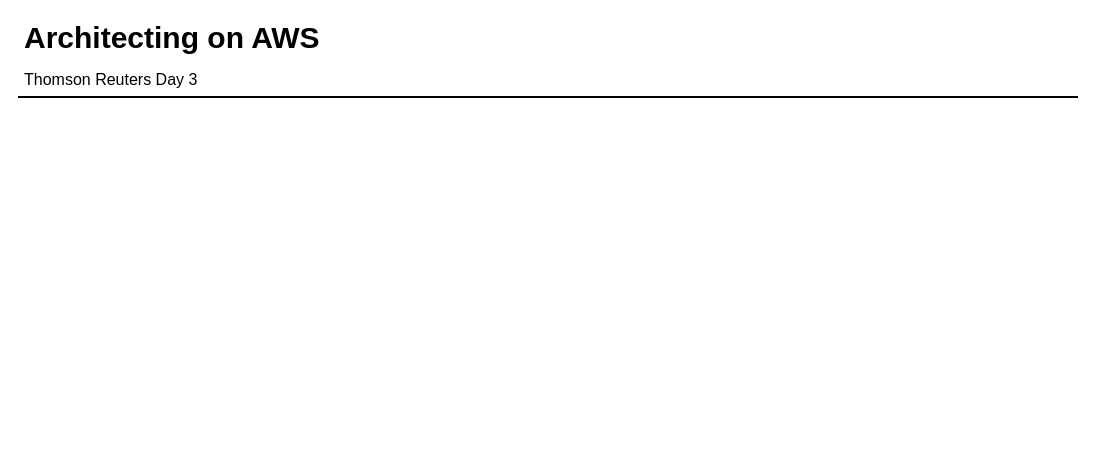
This is page "Copy of Copy of Page-2" (3 of 7) of thomson-reuters-d3.drawio from taupoali/awsdiagrams, a draw.io file, before an edit. Source tidied: cells renumbered, new cells numbered last; positions are measured from the earlier drawing's top-left corner, leaving out a move shared by most shapes. Both pictures are drawn from the tidied source at 100%, with x=0, y=0 at pixel (17, 16).
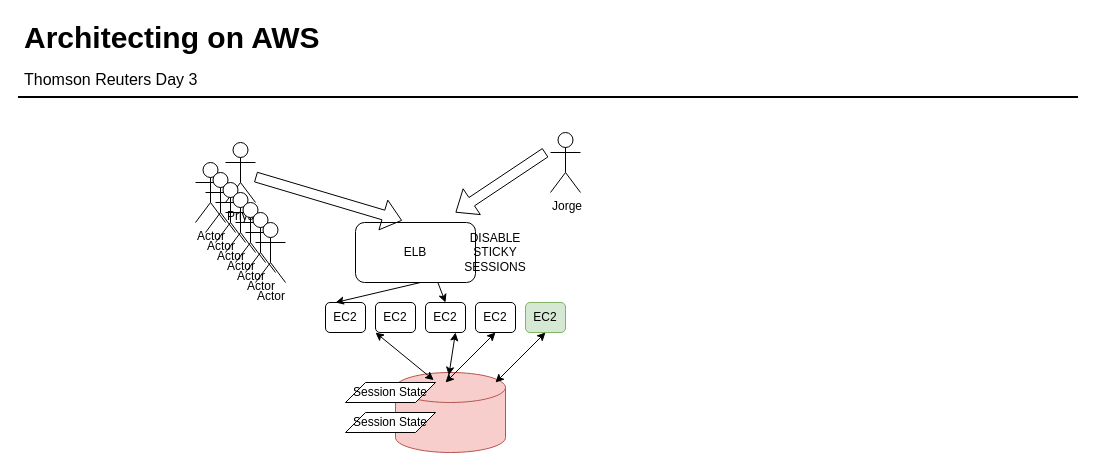
The same diagram, later.

Change to the diagram source:
```diff
@@
+    <mxCell id="5" value="ELB" style="rounded=1;whiteSpace=wrap;html=1;" parent="1" vertex="1">
+      <mxGeometry x="338" y="206" width="120" height="60" as="geometry" />
+    </mxCell>
+    <mxCell id="6" value="EC2" style="rounded=1;whiteSpace=wrap;html=1;" parent="1" vertex="1">
+      <mxGeometry x="308" y="286" width="40" height="30" as="geometry" />
+    </mxCell>
+    <mxCell id="7" value="EC2" style="rounded=1;whiteSpace=wrap;html=1;" parent="1" vertex="1">
+      <mxGeometry x="358" y="286" width="40" height="30" as="geometry" />
+    </mxCell>
+    <mxCell id="8" value="EC2" style="rounded=1;whiteSpace=wrap;html=1;" parent="1" vertex="1">
+      <mxGeometry x="408" y="286" width="40" height="30" as="geometry" />
+    </mxCell>
+    <mxCell id="9" value="EC2" style="rounded=1;whiteSpace=wrap;html=1;" parent="1" vertex="1">
+      <mxGeometry x="458" y="286" width="40" height="30" as="geometry" />
+    </mxCell>
+    <mxCell id="10" value="Priya" style="shape=umlActor;verticalLabelPosition=bottom;verticalAlign=top;html=1;outlineConnect=0;align=left;" parent="1" vertex="1">
+      <mxGeometry x="208" y="126" width="30" height="60" as="geometry" />
+    </mxCell>
+    <mxCell id="11" style="shape=flexArrow;endArrow=classic;html=1;entryX=0.388;entryY=-0.033;entryDx=0;entryDy=0;entryPerimeter=0;" parent="1" edge="1" source="10" target="5">
+      <mxGeometry relative="1" as="geometry" />
+    </mxCell>
+    <mxCell id="12" style="endArrow=classic;html=1;entryX=0.25;entryY=0;entryDx=0;entryDy=0;" parent="1" edge="1" target="6">
+      <mxGeometry relative="1" as="geometry">
+        <mxPoint x="403" y="266" as="sourcePoint" />
+      </mxGeometry>
+    </mxCell>
+    <mxCell id="13" value="Jorge" style="shape=umlActor;verticalLabelPosition=bottom;verticalAlign=top;html=1;align=left;" parent="1" vertex="1">
+      <mxGeometry x="533" y="116" width="30" height="60" as="geometry" />
+    </mxCell>
+    <mxCell id="14" style="shape=flexArrow;endArrow=classic;html=1;" parent="1" edge="1">
+      <mxGeometry relative="1" as="geometry">
+        <mxPoint x="528" y="136" as="sourcePoint" />
+        <mxPoint x="438" y="196" as="targetPoint" />
+      </mxGeometry>
+    </mxCell>
+    <mxCell id="15" style="endArrow=classic;html=1;entryX=0.5;entryY=0;entryDx=0;entryDy=0;exitX=0.685;exitY=0.993;exitDx=0;exitDy=0;exitPerimeter=0;" parent="1" edge="1" source="5" target="8">
+      <mxGeometry relative="1" as="geometry" />
+    </mxCell>
+    <mxCell id="16" value="EC2" style="rounded=1;whiteSpace=wrap;html=1;fillColor=#d5e8d4;strokeColor=#82b366;" parent="1" vertex="1">
+      <mxGeometry x="508" y="286" width="40" height="30" as="geometry" />
+    </mxCell>
+    <mxCell id="17" style="shape=cylinder3;whiteSpace=wrap;html=1;boundedLbl=1;backgroundOutline=1;size=15;fillColor=#f8cecc;strokeColor=#b85450;" parent="1" vertex="1">
+      <mxGeometry x="378" y="356" width="110" height="80" as="geometry" />
+    </mxCell>
+    <mxCell id="18" value="Session State" style="shape=parallelogram;perimeter=parallelogramPerimeter;whiteSpace=wrap;html=1;fixedSize=1;" parent="1" vertex="1">
+      <mxGeometry x="328" y="366" width="90" height="20" as="geometry" />
+    </mxCell>
+    <mxCell id="19" value="Session State" style="shape=parallelogram;perimeter=parallelogramPerimeter;whiteSpace=wrap;html=1;fixedSize=1;" parent="1" vertex="1">
+      <mxGeometry x="328" y="396" width="90" height="20" as="geometry" />
+    </mxCell>
+    <mxCell id="20" style="endArrow=classic;startArrow=classic;html=1;" parent="1" edge="1">
+      <mxGeometry relative="1" as="geometry">
+        <mxPoint x="478" y="366" as="sourcePoint" />
+        <mxPoint x="528" y="316" as="targetPoint" />
+      </mxGeometry>
+    </mxCell>
+    <mxCell id="21" style="endArrow=classic;startArrow=classic;html=1;" parent="1" edge="1">
+      <mxGeometry relative="1" as="geometry">
+        <mxPoint x="428" y="366" as="sourcePoint" />
+        <mxPoint x="478" y="316" as="targetPoint" />
+      </mxGeometry>
+    </mxCell>
+    <mxCell id="22" style="endArrow=classic;startArrow=classic;html=1;exitX=0.485;exitY=0.035;exitDx=0;exitDy=0;exitPerimeter=0;" parent="1" edge="1" source="17">
+      <mxGeometry relative="1" as="geometry">
+        <mxPoint x="438" y="316" as="targetPoint" />
+      </mxGeometry>
+    </mxCell>
+    <mxCell id="23" style="endArrow=classic;startArrow=classic;html=1;exitX=0.98;exitY=-0.12;exitDx=0;exitDy=0;exitPerimeter=0;" parent="1" edge="1" source="18">
+      <mxGeometry relative="1" as="geometry">
+        <mxPoint x="358" y="316" as="targetPoint" />
+      </mxGeometry>
+    </mxCell>
+    <mxCell id="24" value="DISABLE STICKY SESSIONS" style="text;html=1;strokeColor=none;fillColor=none;align=center;verticalAlign=middle;whiteSpace=wrap;rounded=0;" parent="1" vertex="1">
+      <mxGeometry x="458" y="226" width="40" height="20" as="geometry" />
+    </mxCell>
+    <mxCell id="25" value="Actor" style="shape=umlActor;verticalLabelPosition=bottom;verticalAlign=top;html=1;align=left;" parent="1" vertex="1">
+      <mxGeometry x="178" y="146" width="30" height="60" as="geometry" />
+    </mxCell>
+    <mxCell id="26" value="Actor" style="shape=umlActor;verticalLabelPosition=bottom;verticalAlign=top;html=1;align=left;" parent="1" vertex="1">
+      <mxGeometry x="188" y="156" width="30" height="60" as="geometry" />
+    </mxCell>
+    <mxCell id="27" value="Actor" style="shape=umlActor;verticalLabelPosition=bottom;verticalAlign=top;html=1;align=left;" parent="1" vertex="1">
+      <mxGeometry x="198" y="166" width="30" height="60" as="geometry" />
+    </mxCell>
+    <mxCell id="28" value="Actor" style="shape=umlActor;verticalLabelPosition=bottom;verticalAlign=top;html=1;align=left;" parent="1" vertex="1">
+      <mxGeometry x="208" y="176" width="30" height="60" as="geometry" />
+    </mxCell>
+    <mxCell id="29" value="Actor" style="shape=umlActor;verticalLabelPosition=bottom;verticalAlign=top;html=1;align=left;" parent="1" vertex="1">
+      <mxGeometry x="218" y="186" width="30" height="60" as="geometry" />
+    </mxCell>
+    <mxCell id="30" value="Actor" style="shape=umlActor;verticalLabelPosition=bottom;verticalAlign=top;html=1;align=left;" parent="1" vertex="1">
+      <mxGeometry x="228" y="196" width="30" height="60" as="geometry" />
+    </mxCell>
+    <mxCell id="31" value="Actor" style="shape=umlActor;verticalLabelPosition=bottom;verticalAlign=top;html=1;align=left;" parent="1" vertex="1">
+      <mxGeometry x="238" y="206" width="30" height="60" as="geometry" />
+    </mxCell>
```
